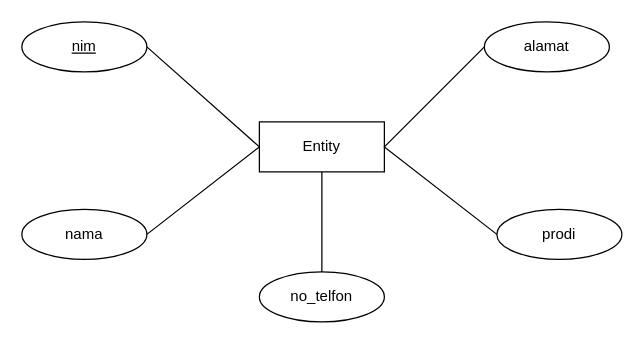
Earlier version of the draw.io diagram latihan 1.drawio (zzarr/SC). Source tidied: cells renumbered, new cells numbered last; positions are measured from the earlier drawing's top-left corner, leaving out a move shared by most shapes. Both pictures are drawn from the tidied source at 125%, with x=0, y=0 at pixel (21, 21).
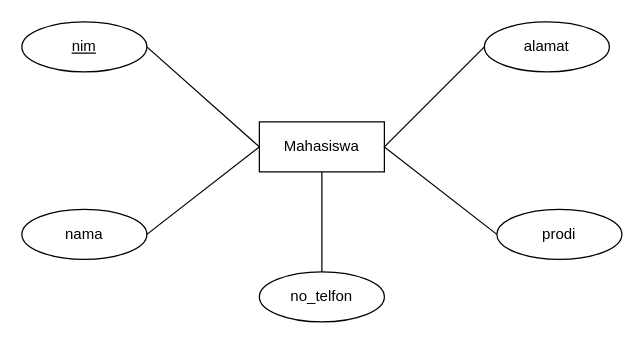
Above is the later version.

The edit, as a diff of the source:
```diff
@@
 <mxGraphModel>
   <root>
     <mxCell id="0" />
     <mxCell id="1" parent="0" />
-    <mxCell id="2" value="Entity" style="whiteSpace=wrap;html=1;align=center;" parent="1" vertex="1">
+    <mxCell id="2" value="Mahasiswa" style="whiteSpace=wrap;html=1;align=center;" parent="1" vertex="1">
       <mxGeometry x="190" y="80" width="100" height="40" as="geometry" />
     </mxCell>
     <mxCell id="3" value="nama" style="ellipse;whiteSpace=wrap;html=1;align=center;" parent="1" vertex="1">
       <mxGeometry y="150" width="100" height="40" as="geometry" />
     </mxCell>
     <mxCell id="4" value="no_telfon" style="ellipse;whiteSpace=wrap;html=1;align=center;" parent="1" vertex="1">
       <mxGeometry x="190" y="200" width="100" height="40" as="geometry" />
     </mxCell>
     <mxCell id="5" value="prodi" style="ellipse;whiteSpace=wrap;html=1;align=center;" parent="1" vertex="1">
       <mxGeometry x="380" y="150" width="100" height="40" as="geometry" />
     </mxCell>
     <mxCell id="6" value="alamat" style="ellipse;whiteSpace=wrap;html=1;align=center;" parent="1" vertex="1">
       <mxGeometry x="370" width="100" height="40" as="geometry" />
     </mxCell>
     <mxCell id="7" style="endArrow=none;html=1;rounded=0;entryX=0.5;entryY=0;entryDx=0;entryDy=0;exitX=0.5;exitY=1;exitDx=0;exitDy=0;" parent="1" edge="1" source="2" target="4">
       <mxGeometry relative="1" as="geometry" />
     </mxCell>
     <mxCell id="8" style="endArrow=none;html=1;rounded=0;entryX=1;entryY=0.5;entryDx=0;entryDy=0;exitX=1;exitY=0.5;exitDx=0;exitDy=0;" parent="1" edge="1" source="3">
       <mxGeometry relative="1" as="geometry">
         <mxPoint x="100" y="20" as="targetPoint" />
         <Array as="points">
           <mxPoint x="190" y="100" />
         </Array>
       </mxGeometry>
     </mxCell>
     <mxCell id="9" style="endArrow=none;html=1;rounded=0;entryX=0;entryY=0.5;entryDx=0;entryDy=0;exitX=0;exitY=0.5;exitDx=0;exitDy=0;" parent="1" edge="1" source="5" target="6">
       <mxGeometry relative="1" as="geometry">
         <Array as="points">
           <mxPoint x="290" y="100" />
         </Array>
       </mxGeometry>
     </mxCell>
     <mxCell id="10" value="nim" style="ellipse;whiteSpace=wrap;html=1;align=center;fontStyle=4;" parent="1" vertex="1">
       <mxGeometry width="100" height="40" as="geometry" />
     </mxCell>
   </root>
 </mxGraphModel>
```
